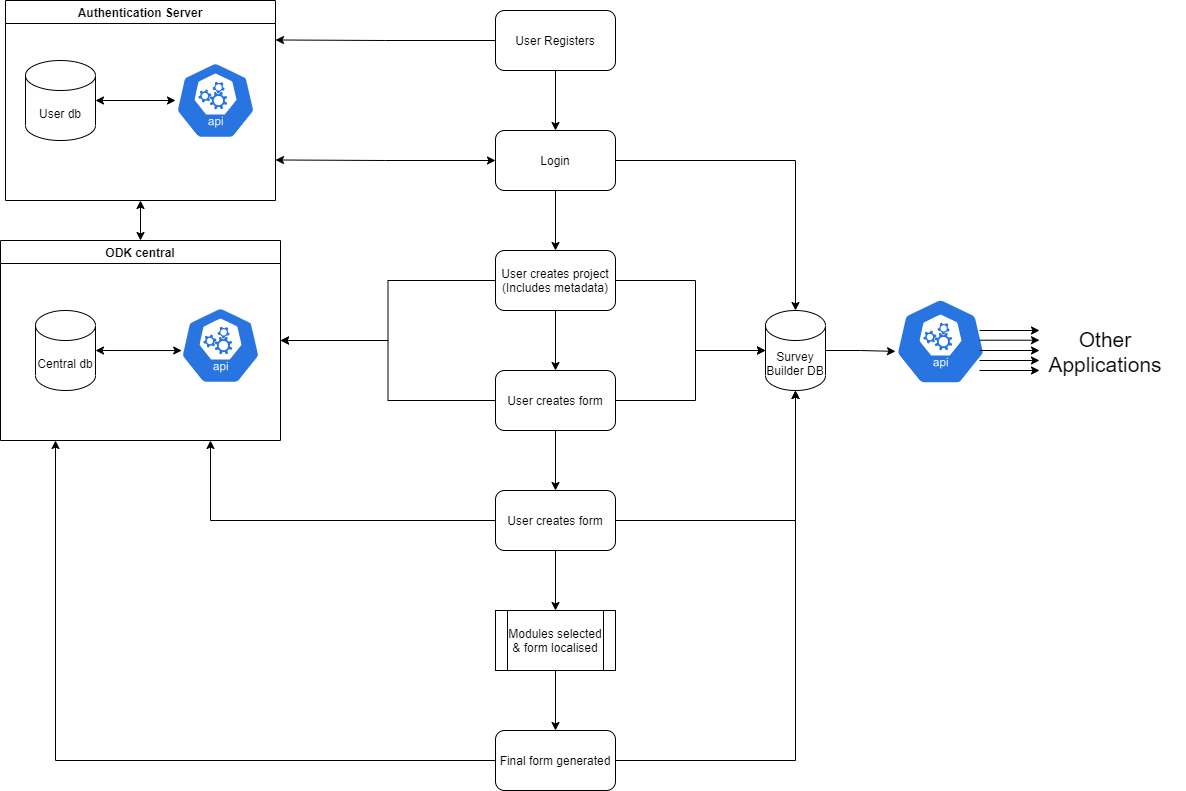
Above: source/images/survey_builder_process.png in l-gorman/rhomis-docs (draw.io), before the change. Source tidied: cells renumbered, new cells last; positions are measured from the earlier drawing's top-left corner, leaving out a move shared by most shapes.
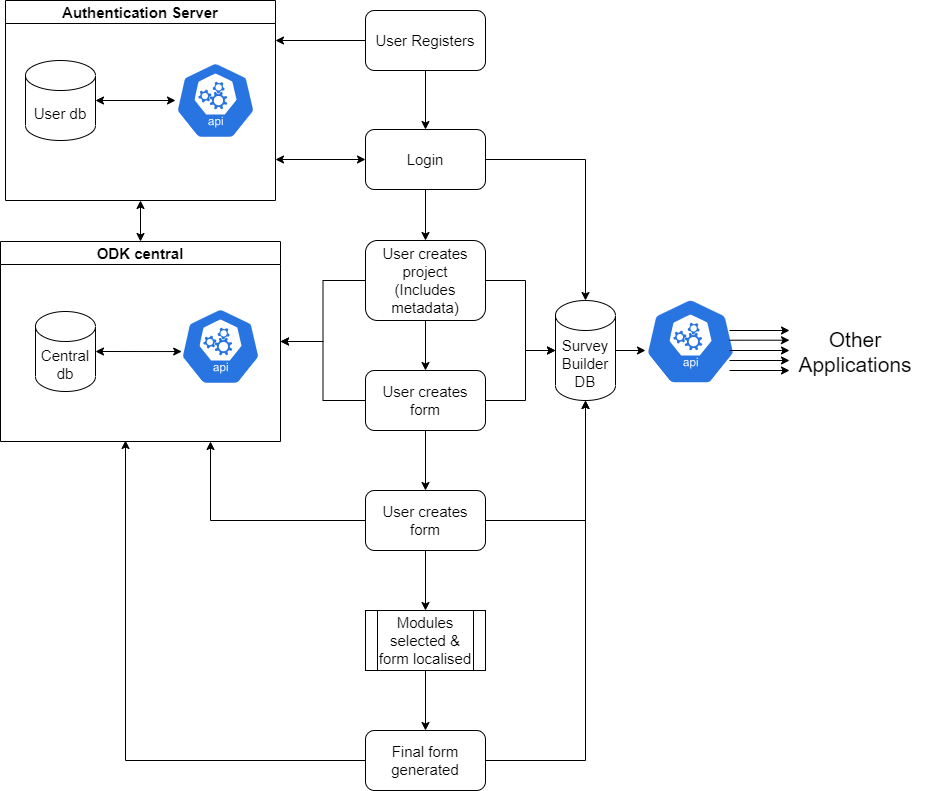
Above is the later version.

Commit message:
adding information for the survey modules

Diff of the diagram source:
```diff
@@ -2,167 +2,167 @@
   <root>
     <mxCell id="0" />
     <mxCell id="1" parent="0" />
-    <mxCell id="2" style="edgeStyle=orthogonalEdgeStyle;rounded=0;jettySize=auto;html=1;exitX=0.5;exitY=1;exitDx=0;exitDy=0;entryX=0.5;entryY=0;entryDx=0;entryDy=0;startArrow=none;startFill=0;" parent="1" edge="1" source="4" target="8">
+    <mxCell id="2" style="edgeStyle=orthogonalEdgeStyle;rounded=0;jettySize=auto;html=1;exitX=0.5;exitY=1;exitDx=0;exitDy=0;entryX=0.5;entryY=0;entryDx=0;entryDy=0;startArrow=none;startFill=0;fontSize=15;" parent="1" edge="1" source="4" target="8">
       <mxGeometry relative="1" as="geometry" />
     </mxCell>
-    <mxCell id="3" style="edgeStyle=orthogonalEdgeStyle;rounded=0;jettySize=auto;html=1;exitX=0;exitY=0.5;exitDx=0;exitDy=0;startArrow=none;startFill=0;" parent="1" edge="1" source="4">
+    <mxCell id="3" style="edgeStyle=orthogonalEdgeStyle;rounded=0;jettySize=auto;html=1;exitX=0;exitY=0.5;exitDx=0;exitDy=0;startArrow=none;startFill=0;fontSize=15;" parent="1" edge="1" source="4">
       <mxGeometry relative="1" as="geometry">
-        <mxPoint x="275" y="39.5" as="targetPoint" />
+        <mxPoint x="405" y="40" as="targetPoint" />
       </mxGeometry>
     </mxCell>
-    <mxCell id="4" value="User Registers" style="rounded=1;whiteSpace=wrap;html=1;" parent="1" vertex="1">
+    <mxCell id="4" value="User Registers" style="rounded=1;whiteSpace=wrap;html=1;fontSize=15;" parent="1" vertex="1">
       <mxGeometry x="495" y="10" width="120" height="60" as="geometry" />
     </mxCell>
-    <mxCell id="5" style="edgeStyle=orthogonalEdgeStyle;rounded=0;jettySize=auto;html=1;exitX=0.5;exitY=1;exitDx=0;exitDy=0;entryX=0.5;entryY=0;entryDx=0;entryDy=0;startArrow=none;startFill=0;" parent="1" edge="1" source="8" target="14">
+    <mxCell id="5" style="edgeStyle=orthogonalEdgeStyle;rounded=0;jettySize=auto;html=1;exitX=0.5;exitY=1;exitDx=0;exitDy=0;entryX=0.5;entryY=0;entryDx=0;entryDy=0;startArrow=none;startFill=0;fontSize=15;" parent="1" edge="1" source="8" target="14">
       <mxGeometry relative="1" as="geometry" />
     </mxCell>
-    <mxCell id="6" style="edgeStyle=orthogonalEdgeStyle;rounded=0;jettySize=auto;html=1;exitX=0;exitY=0.5;exitDx=0;exitDy=0;startArrow=classic;startFill=1;" parent="1" edge="1" source="8">
+    <mxCell id="6" style="edgeStyle=orthogonalEdgeStyle;rounded=0;jettySize=auto;html=1;exitX=0;exitY=0.5;exitDx=0;exitDy=0;startArrow=classic;startFill=1;fontSize=15;" parent="1" edge="1" source="8">
       <mxGeometry relative="1" as="geometry">
-        <mxPoint x="275" y="159.5" as="targetPoint" />
+        <mxPoint x="405" y="159" as="targetPoint" />
       </mxGeometry>
     </mxCell>
-    <mxCell id="7" style="edgeStyle=orthogonalEdgeStyle;rounded=0;jettySize=auto;html=1;exitX=1;exitY=0.5;exitDx=0;exitDy=0;entryX=0.5;entryY=0;entryDx=0;entryDy=0;entryPerimeter=0;startArrow=none;startFill=0;" parent="1" edge="1" source="8" target="10">
+    <mxCell id="7" style="edgeStyle=orthogonalEdgeStyle;rounded=0;jettySize=auto;html=1;exitX=1;exitY=0.5;exitDx=0;exitDy=0;entryX=0.5;entryY=0;entryDx=0;entryDy=0;entryPerimeter=0;startArrow=none;startFill=0;fontSize=15;" parent="1" edge="1" source="8" target="10">
       <mxGeometry relative="1" as="geometry" />
     </mxCell>
-    <mxCell id="8" value="Login" style="rounded=1;whiteSpace=wrap;html=1;" parent="1" vertex="1">
-      <mxGeometry x="495" y="130" width="120" height="60" as="geometry" />
+    <mxCell id="8" value="Login" style="rounded=1;whiteSpace=wrap;html=1;fontSize=15;" parent="1" vertex="1">
+      <mxGeometry x="495" y="129" width="120" height="60" as="geometry" />
     </mxCell>
-    <mxCell id="9" style="edgeStyle=orthogonalEdgeStyle;rounded=0;jettySize=auto;html=1;exitX=1;exitY=0.5;exitDx=0;exitDy=0;exitPerimeter=0;entryX=0;entryY=0.61;entryDx=0;entryDy=0;entryPerimeter=0;fontSize=21;startArrow=none;startFill=0;" parent="1" edge="1" source="10" target="37">
+    <mxCell id="9" style="edgeStyle=orthogonalEdgeStyle;rounded=0;jettySize=auto;html=1;exitX=1;exitY=0.5;exitDx=0;exitDy=0;exitPerimeter=0;entryX=0;entryY=0.61;entryDx=0;entryDy=0;entryPerimeter=0;fontSize=15;startArrow=none;startFill=0;" parent="1" edge="1" source="10" target="37">
       <mxGeometry relative="1" as="geometry" />
     </mxCell>
-    <mxCell id="10" value="Survey Builder DB" style="shape=cylinder3;whiteSpace=wrap;html=1;boundedLbl=1;backgroundOutline=1;size=15;" parent="1" vertex="1">
-      <mxGeometry x="765" y="310" width="60" height="80" as="geometry" />
+    <mxCell id="10" value="Survey Builder DB" style="shape=cylinder3;whiteSpace=wrap;html=1;boundedLbl=1;backgroundOutline=1;size=15;fontSize=15;" parent="1" vertex="1">
+      <mxGeometry x="685" y="300" width="60" height="100" as="geometry" />
     </mxCell>
-    <mxCell id="11" style="edgeStyle=orthogonalEdgeStyle;rounded=0;jettySize=auto;html=1;exitX=0;exitY=0.5;exitDx=0;exitDy=0;entryX=1;entryY=0.5;entryDx=0;entryDy=0;startArrow=none;startFill=0;" parent="1" edge="1" target="28">
+    <mxCell id="11" style="edgeStyle=orthogonalEdgeStyle;rounded=0;jettySize=auto;html=1;exitX=0;exitY=0.5;exitDx=0;exitDy=0;entryX=1;entryY=0.5;entryDx=0;entryDy=0;startArrow=none;startFill=0;fontSize=15;" parent="1" edge="1" target="28">
       <mxGeometry relative="1" as="geometry">
         <mxPoint x="495" y="280" as="sourcePoint" />
       </mxGeometry>
     </mxCell>
-    <mxCell id="12" style="edgeStyle=orthogonalEdgeStyle;rounded=0;jettySize=auto;html=1;exitX=0.5;exitY=1;exitDx=0;exitDy=0;entryX=0.5;entryY=0;entryDx=0;entryDy=0;startArrow=none;startFill=0;" parent="1" edge="1" source="14" target="18">
+    <mxCell id="12" style="edgeStyle=orthogonalEdgeStyle;rounded=0;jettySize=auto;html=1;exitX=0.5;exitY=1;exitDx=0;exitDy=0;entryX=0.5;entryY=0;entryDx=0;entryDy=0;startArrow=none;startFill=0;fontSize=15;" parent="1" edge="1" source="14" target="18">
       <mxGeometry relative="1" as="geometry" />
     </mxCell>
-    <mxCell id="13" style="edgeStyle=orthogonalEdgeStyle;rounded=0;jettySize=auto;html=1;exitX=1;exitY=0.5;exitDx=0;exitDy=0;entryX=0;entryY=0.5;entryDx=0;entryDy=0;entryPerimeter=0;fontSize=21;startArrow=none;startFill=0;" parent="1" edge="1" source="14" target="10">
+    <mxCell id="13" style="edgeStyle=orthogonalEdgeStyle;rounded=0;jettySize=auto;html=1;exitX=1;exitY=0.5;exitDx=0;exitDy=0;entryX=0;entryY=0.5;entryDx=0;entryDy=0;entryPerimeter=0;fontSize=15;" parent="1" edge="1" source="14" target="10">
       <mxGeometry relative="1" as="geometry">
         <Array as="points">
-          <mxPoint x="695" y="280" />
-          <mxPoint x="695" y="350" />
+          <mxPoint x="655" y="280" />
+          <mxPoint x="655" y="350" />
         </Array>
       </mxGeometry>
     </mxCell>
-    <mxCell id="14" value="User creates project&lt;br&gt;(Includes metadata)" style="rounded=1;whiteSpace=wrap;html=1;" parent="1" vertex="1">
-      <mxGeometry x="495" y="250" width="120" height="60" as="geometry" />
+    <mxCell id="14" value="User creates project&lt;br style=&quot;font-size: 15px;&quot;&gt;(Includes metadata)" style="rounded=1;whiteSpace=wrap;html=1;fontSize=15;" parent="1" vertex="1">
+      <mxGeometry x="495" y="240" width="120" height="80" as="geometry" />
     </mxCell>
-    <mxCell id="15" style="edgeStyle=orthogonalEdgeStyle;rounded=0;jettySize=auto;html=1;exitX=0;exitY=0.5;exitDx=0;exitDy=0;entryX=1;entryY=0.5;entryDx=0;entryDy=0;startArrow=none;startFill=0;" parent="1" edge="1" source="18" target="28">
+    <mxCell id="15" style="edgeStyle=orthogonalEdgeStyle;rounded=0;jettySize=auto;html=1;exitX=0;exitY=0.5;exitDx=0;exitDy=0;entryX=1;entryY=0.5;entryDx=0;entryDy=0;startArrow=none;startFill=0;fontSize=15;" parent="1" edge="1" source="18" target="28">
       <mxGeometry relative="1" as="geometry" />
     </mxCell>
-    <mxCell id="16" style="edgeStyle=orthogonalEdgeStyle;rounded=0;jettySize=auto;html=1;exitX=0.5;exitY=1;exitDx=0;exitDy=0;entryX=0.5;entryY=0;entryDx=0;entryDy=0;startArrow=none;startFill=0;" parent="1" edge="1" source="18" target="22">
+    <mxCell id="16" style="edgeStyle=orthogonalEdgeStyle;rounded=0;jettySize=auto;html=1;exitX=0.5;exitY=1;exitDx=0;exitDy=0;entryX=0.5;entryY=0;entryDx=0;entryDy=0;startArrow=none;startFill=0;fontSize=15;" parent="1" edge="1" source="18" target="22">
       <mxGeometry relative="1" as="geometry" />
     </mxCell>
-    <mxCell id="17" style="edgeStyle=orthogonalEdgeStyle;rounded=0;jettySize=auto;html=1;exitX=1;exitY=0.5;exitDx=0;exitDy=0;fontSize=21;startArrow=none;startFill=0;" parent="1" edge="1" source="18">
-      <mxGeometry relative="1" as="geometry">
-        <mxPoint x="765" y="350" as="targetPoint" />
-        <Array as="points">
-          <mxPoint x="695" y="400" />
-          <mxPoint x="695" y="350" />
-        </Array>
-      </mxGeometry>
-    </mxCell>
+    <mxCell id="44" style="edgeStyle=orthogonalEdgeStyle;rounded=0;jettySize=auto;html=1;exitX=1;exitY=0.5;exitDx=0;exitDy=0;fontSize=15;" parent="1" edge="1" source="18">
+      <mxGeometry relative="1" as="geometry">
+        <mxPoint x="685" y="350" as="targetPoint" />
+        <Array as="points">
+          <mxPoint x="655" y="400" />
+          <mxPoint x="655" y="350" />
+        </Array>
+      </mxGeometry>
+    </mxCell>
-    <mxCell id="18" value="User creates form" style="rounded=1;whiteSpace=wrap;html=1;" parent="1" vertex="1">
+    <mxCell id="18" value="User creates form" style="rounded=1;whiteSpace=wrap;html=1;fontSize=15;" parent="1" vertex="1">
       <mxGeometry x="495" y="370" width="120" height="60" as="geometry" />
     </mxCell>
-    <mxCell id="19" style="edgeStyle=orthogonalEdgeStyle;rounded=0;jettySize=auto;html=1;exitX=0;exitY=0.5;exitDx=0;exitDy=0;entryX=0.75;entryY=1;entryDx=0;entryDy=0;startArrow=none;startFill=0;" parent="1" edge="1" source="22" target="28">
+    <mxCell id="19" style="edgeStyle=orthogonalEdgeStyle;rounded=0;jettySize=auto;html=1;exitX=0;exitY=0.5;exitDx=0;exitDy=0;entryX=0.75;entryY=1;entryDx=0;entryDy=0;startArrow=none;startFill=0;fontSize=15;" parent="1" edge="1" source="22" target="28">
       <mxGeometry relative="1" as="geometry" />
     </mxCell>
-    <mxCell id="20" style="edgeStyle=orthogonalEdgeStyle;rounded=0;jettySize=auto;html=1;exitX=0.5;exitY=1;exitDx=0;exitDy=0;startArrow=none;startFill=0;" parent="1" edge="1" source="22">
+    <mxCell id="20" style="edgeStyle=orthogonalEdgeStyle;rounded=0;jettySize=auto;html=1;exitX=0.5;exitY=1;exitDx=0;exitDy=0;startArrow=none;startFill=0;fontSize=15;" parent="1" edge="1" source="22">
       <mxGeometry relative="1" as="geometry">
         <mxPoint x="555" y="610" as="targetPoint" />
       </mxGeometry>
     </mxCell>
-    <mxCell id="21" style="edgeStyle=orthogonalEdgeStyle;rounded=0;jettySize=auto;html=1;exitX=1;exitY=0.5;exitDx=0;exitDy=0;entryX=0.5;entryY=1;entryDx=0;entryDy=0;entryPerimeter=0;fontSize=21;startArrow=none;startFill=0;" parent="1" edge="1" source="22" target="10">
+    <mxCell id="21" style="edgeStyle=orthogonalEdgeStyle;rounded=0;jettySize=auto;html=1;exitX=1;exitY=0.5;exitDx=0;exitDy=0;entryX=0.5;entryY=1;entryDx=0;entryDy=0;entryPerimeter=0;fontSize=15;startArrow=none;startFill=0;" parent="1" edge="1" source="22" target="10">
       <mxGeometry relative="1" as="geometry" />
     </mxCell>
-    <mxCell id="22" value="User creates form" style="rounded=1;whiteSpace=wrap;html=1;" parent="1" vertex="1">
+    <mxCell id="22" value="User creates form" style="rounded=1;whiteSpace=wrap;html=1;fontSize=15;" parent="1" vertex="1">
       <mxGeometry x="495" y="490" width="120" height="60" as="geometry" />
     </mxCell>
-    <mxCell id="23" style="edgeStyle=orthogonalEdgeStyle;rounded=0;jettySize=auto;html=1;exitX=0.5;exitY=1;exitDx=0;exitDy=0;entryX=0.5;entryY=0;entryDx=0;entryDy=0;startArrow=classic;startFill=1;" parent="1" edge="1" source="24" target="28">
+    <mxCell id="23" style="edgeStyle=orthogonalEdgeStyle;rounded=0;jettySize=auto;html=1;exitX=0.5;exitY=1;exitDx=0;exitDy=0;entryX=0.5;entryY=0;entryDx=0;entryDy=0;startArrow=classic;startFill=1;fontSize=15;" parent="1" edge="1" source="24" target="28">
       <mxGeometry relative="1" as="geometry" />
     </mxCell>
-    <mxCell id="24" value="Authentication Server" style="swimlane;" parent="1" vertex="1">
-      <mxGeometry x="5" width="270" height="200" as="geometry" />
+    <mxCell id="24" value="Authentication Server" style="swimlane;fontSize=15;" parent="1" vertex="1">
+      <mxGeometry x="135" width="270" height="200" as="geometry" />
     </mxCell>
-    <mxCell id="25" style="html=1;dashed=0;whitespace=wrap;fillColor=#2875E2;strokeColor=#ffffff;points=[[0.005,0.63,0],[0.1,0.2,0],[0.9,0.2,0],[0.5,0,0],[0.995,0.63,0],[0.72,0.99,0],[0.5,1,0],[0.28,0.99,0]];shape=mxgraph.kubernetes.icon;prIcon=api;" parent="24" vertex="1">
+    <mxCell id="25" style="html=1;dashed=0;whitespace=wrap;fillColor=#2875E2;strokeColor=#ffffff;points=[[0.005,0.63,0],[0.1,0.2,0],[0.9,0.2,0],[0.5,0,0],[0.995,0.63,0],[0.72,0.99,0],[0.5,1,0],[0.28,0.99,0]];shape=mxgraph.kubernetes.icon;prIcon=api;fontSize=15;" parent="24" vertex="1">
       <mxGeometry x="170" y="55" width="80" height="90" as="geometry" />
     </mxCell>
-    <mxCell id="26" style="edgeStyle=orthogonalEdgeStyle;rounded=0;jettySize=auto;html=1;exitX=1;exitY=0.5;exitDx=0;exitDy=0;exitPerimeter=0;startArrow=classic;startFill=1;" parent="24" edge="1" source="27" target="25">
+    <mxCell id="26" style="edgeStyle=orthogonalEdgeStyle;rounded=0;jettySize=auto;html=1;exitX=1;exitY=0.5;exitDx=0;exitDy=0;exitPerimeter=0;startArrow=classic;startFill=1;fontSize=15;" parent="24" edge="1" source="27" target="25">
       <mxGeometry relative="1" as="geometry" />
     </mxCell>
-    <mxCell id="27" value="User db" style="shape=cylinder3;whiteSpace=wrap;html=1;boundedLbl=1;backgroundOutline=1;size=15;" parent="24" vertex="1">
+    <mxCell id="27" value="User db" style="shape=cylinder3;whiteSpace=wrap;html=1;boundedLbl=1;backgroundOutline=1;size=15;fontSize=15;" parent="24" vertex="1">
       <mxGeometry x="20" y="60" width="70" height="80" as="geometry" />
     </mxCell>
-    <mxCell id="28" value="ODK central" style="swimlane;" parent="1" vertex="1">
-      <mxGeometry y="240" width="280" height="200" as="geometry" />
+    <mxCell id="28" value="ODK central" style="swimlane;fontSize=15;" parent="1" vertex="1">
+      <mxGeometry x="130" y="241" width="280" height="200" as="geometry" />
     </mxCell>
-    <mxCell id="29" style="html=1;dashed=0;whitespace=wrap;fillColor=#2875E2;strokeColor=#ffffff;points=[[0.005,0.63,0],[0.1,0.2,0],[0.9,0.2,0],[0.5,0,0],[0.995,0.63,0],[0.72,0.99,0],[0.5,1,0],[0.28,0.99,0]];shape=mxgraph.kubernetes.icon;prIcon=api;" parent="28" vertex="1">
+    <mxCell id="29" style="html=1;dashed=0;whitespace=wrap;fillColor=#2875E2;strokeColor=#ffffff;points=[[0.005,0.63,0],[0.1,0.2,0],[0.9,0.2,0],[0.5,0,0],[0.995,0.63,0],[0.72,0.99,0],[0.5,1,0],[0.28,0.99,0]];shape=mxgraph.kubernetes.icon;prIcon=api;fontSize=15;" parent="28" vertex="1">
       <mxGeometry x="180" y="60" width="80" height="90" as="geometry" />
     </mxCell>
-    <mxCell id="30" style="edgeStyle=orthogonalEdgeStyle;rounded=0;jettySize=auto;html=1;exitX=1;exitY=0.5;exitDx=0;exitDy=0;exitPerimeter=0;entryX=0.015;entryY=0.556;entryDx=0;entryDy=0;entryPerimeter=0;startArrow=classic;startFill=1;" parent="28" edge="1" source="31" target="29">
+    <mxCell id="30" style="edgeStyle=orthogonalEdgeStyle;rounded=0;jettySize=auto;html=1;exitX=1;exitY=0.5;exitDx=0;exitDy=0;exitPerimeter=0;entryX=0.015;entryY=0.556;entryDx=0;entryDy=0;entryPerimeter=0;startArrow=classic;startFill=1;fontSize=15;" parent="28" edge="1" source="31" target="29">
       <mxGeometry relative="1" as="geometry" />
     </mxCell>
-    <mxCell id="31" value="Central db" style="shape=cylinder3;whiteSpace=wrap;html=1;boundedLbl=1;backgroundOutline=1;size=15;" parent="28" vertex="1">
+    <mxCell id="31" value="Central db" style="shape=cylinder3;whiteSpace=wrap;html=1;boundedLbl=1;backgroundOutline=1;size=15;fontSize=15;" parent="28" vertex="1">
       <mxGeometry x="35" y="70" width="60" height="80" as="geometry" />
     </mxCell>
-    <mxCell id="32" style="edgeStyle=orthogonalEdgeStyle;rounded=0;jettySize=auto;html=1;exitX=0.5;exitY=1;exitDx=0;exitDy=0;startArrow=none;startFill=0;" parent="1" edge="1" source="33" target="36">
+    <mxCell id="32" style="edgeStyle=orthogonalEdgeStyle;rounded=0;jettySize=auto;html=1;exitX=0.5;exitY=1;exitDx=0;exitDy=0;startArrow=none;startFill=0;fontSize=15;" parent="1" edge="1" source="33" target="36">
       <mxGeometry relative="1" as="geometry" />
     </mxCell>
-    <mxCell id="33" value="Modules selected &amp;amp; form localised" style="shape=process;whiteSpace=wrap;html=1;backgroundOutline=1;" parent="1" vertex="1">
+    <mxCell id="33" value="Modules selected &amp;amp; form localised" style="shape=process;whiteSpace=wrap;html=1;backgroundOutline=1;fontSize=15;" parent="1" vertex="1">
       <mxGeometry x="495" y="610" width="120" height="60" as="geometry" />
     </mxCell>
-    <mxCell id="34" style="edgeStyle=orthogonalEdgeStyle;rounded=0;jettySize=auto;html=1;exitX=0;exitY=0.5;exitDx=0;exitDy=0;startArrow=none;startFill=0;" parent="1" edge="1" source="36">
+    <mxCell id="34" style="edgeStyle=orthogonalEdgeStyle;rounded=0;jettySize=auto;html=1;exitX=0;exitY=0.5;exitDx=0;exitDy=0;startArrow=none;startFill=0;fontSize=15;" parent="1" edge="1" source="36">
       <mxGeometry relative="1" as="geometry">
-        <mxPoint x="55" y="440" as="targetPoint" />
+        <mxPoint x="255" y="440" as="targetPoint" />
       </mxGeometry>
     </mxCell>
-    <mxCell id="35" style="edgeStyle=orthogonalEdgeStyle;rounded=0;jettySize=auto;html=1;exitX=1;exitY=0.5;exitDx=0;exitDy=0;entryX=0.5;entryY=1;entryDx=0;entryDy=0;entryPerimeter=0;fontSize=21;startArrow=none;startFill=0;" parent="1" edge="1" source="36" target="10">
+    <mxCell id="35" style="edgeStyle=orthogonalEdgeStyle;rounded=0;jettySize=auto;html=1;exitX=1;exitY=0.5;exitDx=0;exitDy=0;entryX=0.5;entryY=1;entryDx=0;entryDy=0;entryPerimeter=0;fontSize=15;startArrow=none;startFill=0;" parent="1" edge="1" source="36" target="10">
       <mxGeometry relative="1" as="geometry" />
     </mxCell>
-    <mxCell id="36" value="Final form generated" style="rounded=1;whiteSpace=wrap;html=1;" parent="1" vertex="1">
+    <mxCell id="36" value="Final form generated" style="rounded=1;whiteSpace=wrap;html=1;fontSize=15;" parent="1" vertex="1">
       <mxGeometry x="495" y="730" width="120" height="60" as="geometry" />
     </mxCell>
     <mxCell id="37" style="html=1;dashed=0;whitespace=wrap;fillColor=#2875E2;strokeColor=#ffffff;points=[[0.005,0.63,0],[0.1,0.2,0],[0.9,0.2,0],[0.5,0,0],[0.995,0.63,0],[0.72,0.99,0],[0.5,1,0],[0.28,0.99,0]];shape=mxgraph.kubernetes.icon;prIcon=api;" parent="1" vertex="1">
-      <mxGeometry x="895" y="296" width="90" height="90" as="geometry" />
+      <mxGeometry x="775" y="296" width="90" height="90" as="geometry" />
     </mxCell>
     <mxCell id="38" style="endArrow=classic;html=1;" parent="1" edge="1">
       <mxGeometry relative="1" as="geometry">
-        <mxPoint x="979" y="330" as="sourcePoint" />
-        <mxPoint x="1039" y="330" as="targetPoint" />
+        <mxPoint x="859" y="330" as="sourcePoint" />
+        <mxPoint x="919" y="330" as="targetPoint" />
       </mxGeometry>
     </mxCell>
     <mxCell id="39" style="endArrow=classic;html=1;" parent="1" edge="1">
       <mxGeometry relative="1" as="geometry">
-        <mxPoint x="979" y="339.7" as="sourcePoint" />
-        <mxPoint x="1039" y="339.7" as="targetPoint" />
+        <mxPoint x="859" y="339.7" as="sourcePoint" />
+        <mxPoint x="919" y="339.7" as="targetPoint" />
       </mxGeometry>
     </mxCell>
     <mxCell id="40" style="endArrow=classic;html=1;" parent="1" edge="1">
       <mxGeometry relative="1" as="geometry">
-        <mxPoint x="979" y="350" as="sourcePoint" />
-        <mxPoint x="1039" y="350" as="targetPoint" />
+        <mxPoint x="859" y="350" as="sourcePoint" />
+        <mxPoint x="919" y="350" as="targetPoint" />
       </mxGeometry>
     </mxCell>
     <mxCell id="41" style="endArrow=classic;html=1;" parent="1" edge="1">
       <mxGeometry relative="1" as="geometry">
-        <mxPoint x="979" y="360" as="sourcePoint" />
-        <mxPoint x="1039" y="360" as="targetPoint" />
+        <mxPoint x="859" y="360" as="sourcePoint" />
+        <mxPoint x="919" y="360" as="targetPoint" />
       </mxGeometry>
     </mxCell>
     <mxCell id="42" style="endArrow=classic;html=1;" parent="1" edge="1">
       <mxGeometry relative="1" as="geometry">
-        <mxPoint x="979" y="370" as="sourcePoint" />
-        <mxPoint x="1039" y="370" as="targetPoint" />
+        <mxPoint x="859" y="370" as="sourcePoint" />
+        <mxPoint x="919" y="370" as="targetPoint" />
       </mxGeometry>
     </mxCell>
     <mxCell id="43" value="Other Applications" style="text;html=1;strokeColor=none;fillColor=none;align=center;verticalAlign=middle;whiteSpace=wrap;rounded=0;fontSize=21;" parent="1" vertex="1">
-      <mxGeometry x="1025" y="322" width="160" height="58" as="geometry" />
+      <mxGeometry x="905" y="322" width="160" height="58" as="geometry" />
     </mxCell>
   </root>
 </mxGraphModel>
```
